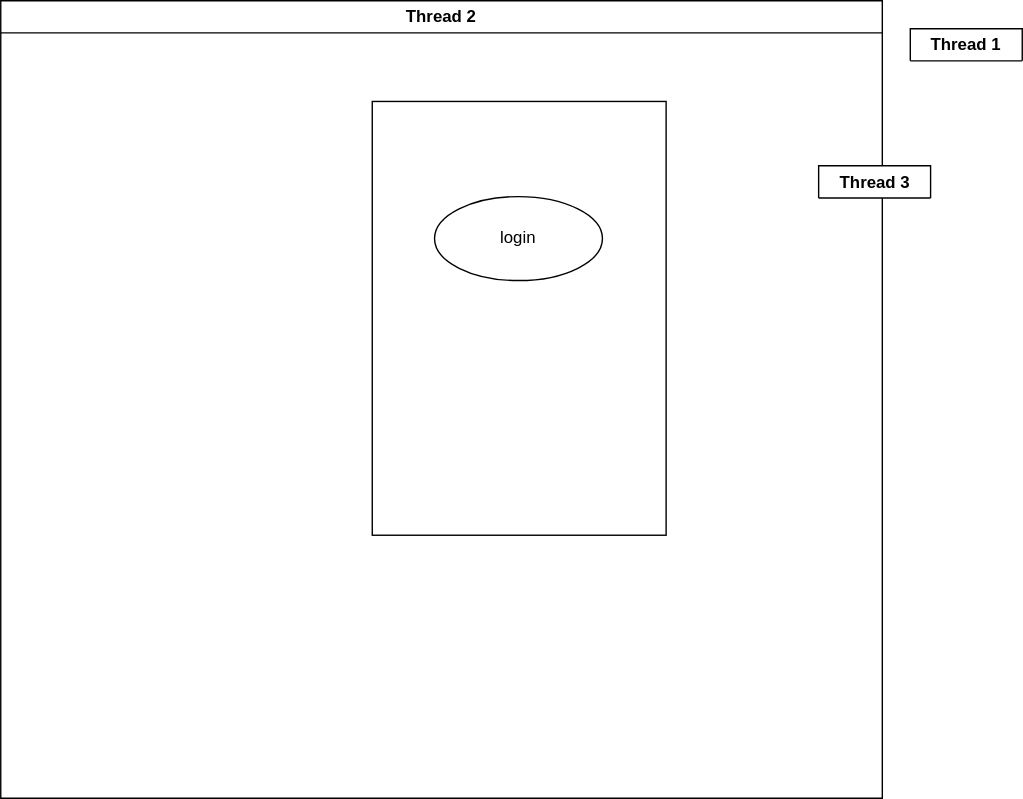
Earlier version of the draw.io export Untitled Diagram.svg (samuelpilusa365/myRepo). Source tidied: cells renumbered, new cells last; positions are measured from the earlier drawing's top-left corner, leaving out a move shared by most shapes.
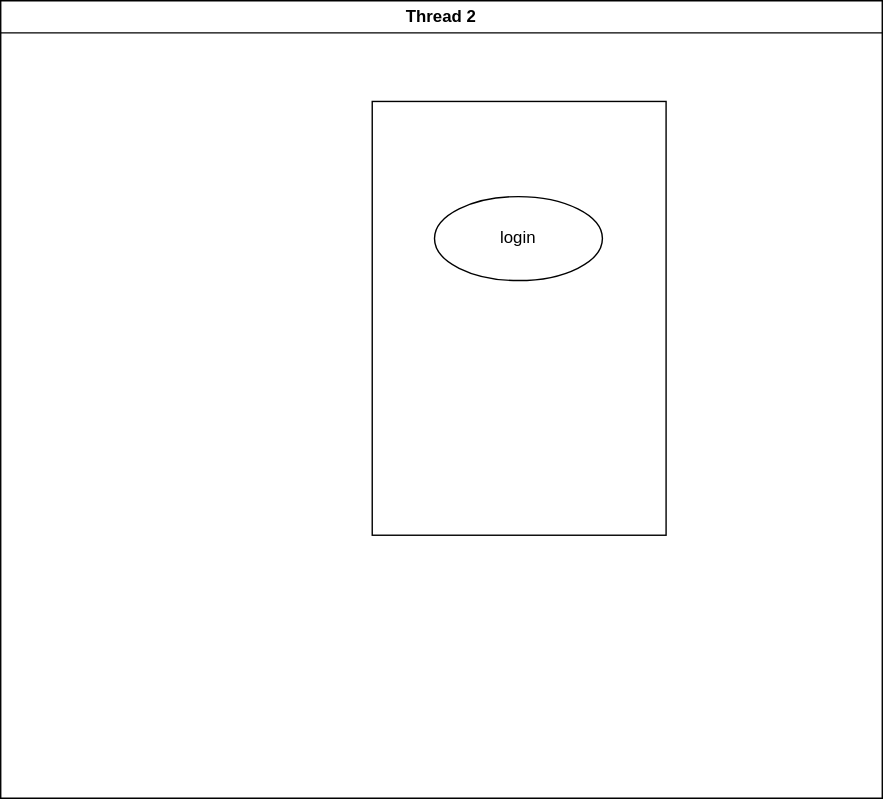
After the change.

Diff of the diagram source:
```diff
@@ -2,9 +2,6 @@
   <root>
     <mxCell id="0" />
     <mxCell id="1" parent="0" />
-    <mxCell id="2" value="Thread 1" style="swimlane;whiteSpace=wrap;" parent="1" vertex="1" collapsed="1">
-      <mxGeometry x="650" y="20" width="80" height="23" as="geometry" />
-    </mxCell>
     <mxCell id="3" value="Thread 2" style="swimlane;whiteSpace=wrap;" parent="1" vertex="1">
       <mxGeometry width="630" height="570" as="geometry" />
     </mxCell>
@@ -14,8 +11,5 @@
     <mxCell id="5" value="login" style="ellipse;whiteSpace=wrap;html=1;" parent="3" vertex="1">
       <mxGeometry x="310" y="140" width="120" height="60" as="geometry" />
     </mxCell>
-    <mxCell id="6" value="Thread 3" style="swimlane;whiteSpace=wrap;" parent="1" vertex="1" collapsed="1">
-      <mxGeometry x="584.5" y="118" width="80" height="23" as="geometry" />
-    </mxCell>
   </root>
 </mxGraphModel>
```
